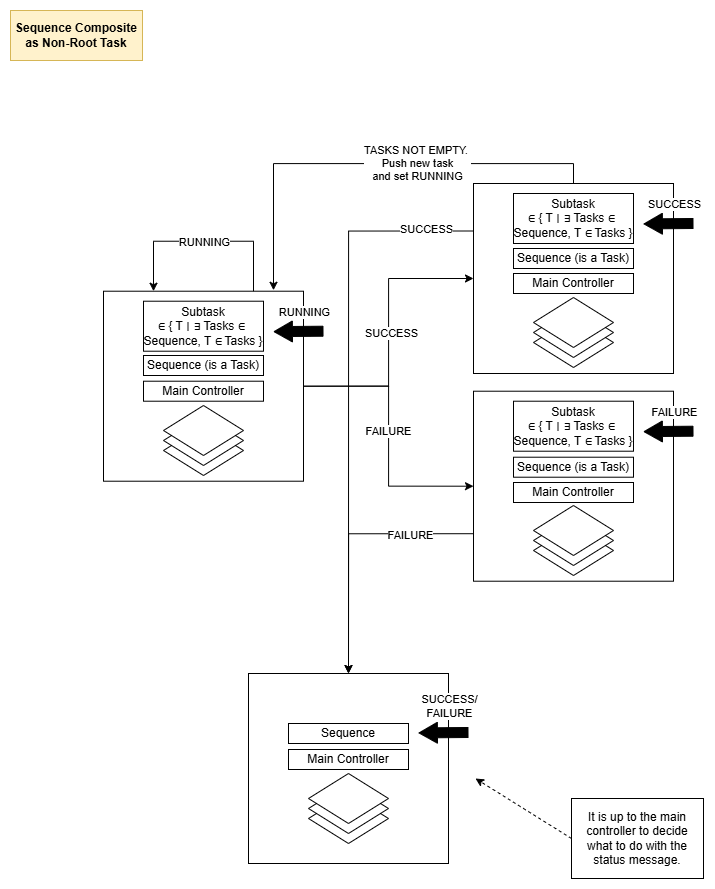
This is docs/SequenceCompositeNonRoot.png from BlueJayXRStudio/InfiniteTree, a draw.io export, as it was before one commit. Source tidied: cells renumbered, new cells last; positions are measured from the earlier drawing's top-left corner, leaving out a move shared by most shapes. Its diagram source:
```xml
<mxGraphModel>
  <root>
    <mxCell id="0" />
    <mxCell id="1" parent="0" />
    <mxCell id="2" style="edgeStyle=orthogonalEdgeStyle;rounded=0;jettySize=auto;html=1;exitX=1;exitY=0.5;exitDx=0;exitDy=0;entryX=0;entryY=0.5;entryDx=0;entryDy=0;" parent="1" edge="1" source="19" target="34">
      <mxGeometry relative="1" as="geometry" />
    </mxCell>
    <mxCell id="3" value="SUCCESS" style="edgeLabel;html=1;align=center;verticalAlign=middle;" parent="2" vertex="1">
      <mxGeometry y="-2" relative="1" as="geometry" />
    </mxCell>
    <mxCell id="4" style="edgeStyle=orthogonalEdgeStyle;rounded=0;jettySize=auto;html=1;exitX=1;exitY=0.5;exitDx=0;exitDy=0;entryX=0;entryY=0.5;entryDx=0;entryDy=0;" parent="1" edge="1" source="19" target="45">
      <mxGeometry relative="1" as="geometry" />
    </mxCell>
    <mxCell id="5" value="FAILURE" style="edgeLabel;html=1;align=center;verticalAlign=middle;" parent="4" vertex="1">
      <mxGeometry x="-0.04" y="-1" relative="1" as="geometry" />
    </mxCell>
    <mxCell id="6" style="group;" parent="1" vertex="1">
      <mxGeometry x="238" y="663" width="220" height="190" as="geometry" />
    </mxCell>
    <mxCell id="7" style="group;" parent="6" vertex="1">
      <mxGeometry width="200" height="190" as="geometry" />
    </mxCell>
    <mxCell id="8" style="rounded=0;whiteSpace=wrap;html=1;" parent="7" vertex="1">
      <mxGeometry width="200" height="190" as="geometry" />
    </mxCell>
    <mxCell id="9" style="group;" parent="7" vertex="1">
      <mxGeometry x="60" y="100" width="100" height="70" as="geometry" />
    </mxCell>
    <mxCell id="10" style="rhombus;whiteSpace=wrap;html=1;" parent="9" vertex="1">
      <mxGeometry y="20" width="80" height="50" as="geometry" />
    </mxCell>
    <mxCell id="11" style="rhombus;whiteSpace=wrap;html=1;" parent="9" vertex="1">
      <mxGeometry y="10" width="80" height="50" as="geometry" />
    </mxCell>
    <mxCell id="12" style="rhombus;whiteSpace=wrap;html=1;" parent="9" vertex="1">
      <mxGeometry width="80" height="50" as="geometry" />
    </mxCell>
    <mxCell id="13" value="Main Controller" style="rounded=0;whiteSpace=wrap;html=1;" parent="9" vertex="1">
      <mxGeometry x="-20" y="-24" width="120" height="20" as="geometry" />
    </mxCell>
    <mxCell id="14" value="Sequence" style="rounded=0;whiteSpace=wrap;html=1;" parent="7" vertex="1">
      <mxGeometry x="40" y="50" width="120" height="20" as="geometry" />
    </mxCell>
    <mxCell id="15" style="shape=flexArrow;endArrow=classic;html=1;rounded=0;fillColor=#000000;endWidth=10;endSize=5.808333333333334;" parent="6" edge="1">
      <mxGeometry relative="1" as="geometry">
        <mxPoint x="220" y="59" as="sourcePoint" />
        <mxPoint x="170" y="59.4" as="targetPoint" />
      </mxGeometry>
    </mxCell>
    <mxCell id="16" value="SUCCESS/&lt;div&gt;FAILURE&lt;/div&gt;" style="edgeLabel;html=1;align=center;verticalAlign=middle;" parent="6" vertex="1">
      <mxGeometry x="200" y="32" as="geometry" />
    </mxCell>
    <mxCell id="17" style="edgeStyle=orthogonalEdgeStyle;rounded=0;jettySize=auto;html=1;exitX=0.5;exitY=0;exitDx=0;exitDy=0;entryX=0.85;entryY=-0.005;entryDx=0;entryDy=0;entryPerimeter=0;" parent="1" edge="1" source="34" target="19">
      <mxGeometry relative="1" as="geometry" />
    </mxCell>
    <mxCell id="18" value="TASKS NOT EMPTY.&amp;nbsp;&lt;div&gt;Push new task&lt;/div&gt;&lt;div&gt;and set RUNNING&lt;/div&gt;" style="edgeLabel;html=1;align=center;verticalAlign=middle;" parent="17" vertex="1">
      <mxGeometry x="-0.21" y="-1" relative="1" as="geometry" />
    </mxCell>
    <mxCell id="19" style="rounded=0;whiteSpace=wrap;html=1;" parent="1" vertex="1">
      <mxGeometry x="93" y="280.7" width="200" height="190" as="geometry" />
    </mxCell>
    <mxCell id="20" style="group;" parent="1" vertex="1">
      <mxGeometry x="153" y="395" width="80" height="70" as="geometry" />
    </mxCell>
    <mxCell id="21" style="rhombus;whiteSpace=wrap;html=1;" parent="20" vertex="1">
      <mxGeometry y="20" width="80" height="50" as="geometry" />
    </mxCell>
    <mxCell id="22" style="rhombus;whiteSpace=wrap;html=1;" parent="20" vertex="1">
      <mxGeometry y="10" width="80" height="50" as="geometry" />
    </mxCell>
    <mxCell id="23" style="rhombus;whiteSpace=wrap;html=1;" parent="20" vertex="1">
      <mxGeometry width="80" height="50" as="geometry" />
    </mxCell>
    <mxCell id="24" value="Sequence (is a Task)" style="rounded=0;whiteSpace=wrap;html=1;" parent="1" vertex="1">
      <mxGeometry x="133" y="345" width="120" height="20" as="geometry" />
    </mxCell>
    <mxCell id="25" value="Subtask ∈&amp;nbsp;{&amp;nbsp;T&amp;nbsp;∣&amp;nbsp;∃&amp;nbsp;Tasks&amp;nbsp;∈&amp;nbsp;&lt;div&gt;Sequence,&amp;nbsp;&lt;span style=&quot;background-color: transparent; color: light-dark(rgb(0, 0, 0), rgb(255, 255, 255));&quot;&gt;T&amp;nbsp;∈&amp;nbsp;Tasks&amp;nbsp;}&lt;/span&gt;&lt;/div&gt;" style="rounded=0;whiteSpace=wrap;html=1;" parent="1" vertex="1">
      <mxGeometry x="133" y="290.7" width="120" height="50" as="geometry" />
    </mxCell>
    <mxCell id="26" style="edgeStyle=orthogonalEdgeStyle;rounded=0;orthogonalLoop=1;jettySize=auto;html=1;exitX=0.75;exitY=0;exitDx=0;exitDy=0;entryX=0.25;entryY=0;entryDx=0;entryDy=0;" parent="1" edge="1" source="19" target="19">
      <mxGeometry relative="1" as="geometry">
        <Array as="points">
          <mxPoint x="243" y="230.7" />
          <mxPoint x="143" y="230.7" />
        </Array>
      </mxGeometry>
    </mxCell>
    <mxCell id="27" value="RUNNING" style="edgeLabel;html=1;align=center;verticalAlign=middle;" parent="26" vertex="1">
      <mxGeometry x="0.01" relative="1" as="geometry" />
    </mxCell>
    <mxCell id="28" value="RUNNING" style="edgeLabel;html=1;align=center;verticalAlign=middle;" parent="1" vertex="1">
      <mxGeometry x="293" y="300.7" as="geometry" />
    </mxCell>
    <mxCell id="29" style="shape=flexArrow;endArrow=classic;html=1;rounded=0;fillColor=#000000;endWidth=10;endSize=5.808333333333334;" parent="1" edge="1">
      <mxGeometry relative="1" as="geometry">
        <mxPoint x="313" y="320.7" as="sourcePoint" />
        <mxPoint x="263" y="321.1" as="targetPoint" />
      </mxGeometry>
    </mxCell>
    <mxCell id="30" style="rounded=0;jettySize=auto;html=1;exitX=0;exitY=0.5;exitDx=0;exitDy=0;dashed=1;" parent="1" edge="1" source="31">
      <mxGeometry relative="1" as="geometry">
        <mxPoint x="465" y="768" as="targetPoint" />
      </mxGeometry>
    </mxCell>
    <mxCell id="31" value="It is up to the main controller to decide what to do with the status message." style="whiteSpace=wrap;html=1;" parent="1" vertex="1">
      <mxGeometry x="561" y="788" width="132" height="80" as="geometry" />
    </mxCell>
    <mxCell id="32" style="edgeStyle=orthogonalEdgeStyle;rounded=0;jettySize=auto;html=1;exitX=0;exitY=0.25;exitDx=0;exitDy=0;entryX=0.5;entryY=0;entryDx=0;entryDy=0;" parent="1" edge="1" source="34" target="8">
      <mxGeometry relative="1" as="geometry" />
    </mxCell>
    <mxCell id="33" value="SUCCESS" style="edgeLabel;html=1;align=center;verticalAlign=middle;" parent="32" vertex="1">
      <mxGeometry x="0.29" y="2" relative="1" as="geometry">
        <mxPoint x="75" y="-243" as="offset" />
      </mxGeometry>
    </mxCell>
    <mxCell id="34" style="rounded=0;whiteSpace=wrap;html=1;" parent="1" vertex="1">
      <mxGeometry x="463" y="173" width="200" height="190" as="geometry" />
    </mxCell>
    <mxCell id="35" style="group;" parent="1" vertex="1">
      <mxGeometry x="523" y="287" width="80" height="70" as="geometry" />
    </mxCell>
    <mxCell id="36" style="rhombus;whiteSpace=wrap;html=1;" parent="35" vertex="1">
      <mxGeometry y="20" width="80" height="50" as="geometry" />
    </mxCell>
    <mxCell id="37" style="rhombus;whiteSpace=wrap;html=1;" parent="35" vertex="1">
      <mxGeometry y="10" width="80" height="50" as="geometry" />
    </mxCell>
    <mxCell id="38" style="rhombus;whiteSpace=wrap;html=1;" parent="35" vertex="1">
      <mxGeometry width="80" height="50" as="geometry" />
    </mxCell>
    <mxCell id="39" value="Sequence (is a Task)" style="rounded=0;whiteSpace=wrap;html=1;" parent="1" vertex="1">
      <mxGeometry x="503" y="238" width="120" height="20" as="geometry" />
    </mxCell>
    <mxCell id="40" value="Subtask ∈&amp;nbsp;{&amp;nbsp;T&amp;nbsp;∣&amp;nbsp;∃&amp;nbsp;Tasks&amp;nbsp;∈&amp;nbsp;&lt;div&gt;Sequence,&amp;nbsp;&lt;span style=&quot;background-color: transparent; color: light-dark(rgb(0, 0, 0), rgb(255, 255, 255));&quot;&gt;T&amp;nbsp;∈&amp;nbsp;Tasks&amp;nbsp;}&lt;/span&gt;&lt;/div&gt;" style="rounded=0;whiteSpace=wrap;html=1;" parent="1" vertex="1">
      <mxGeometry x="503" y="183" width="120" height="50" as="geometry" />
    </mxCell>
    <mxCell id="41" value="SUCCESS" style="edgeLabel;html=1;align=center;verticalAlign=middle;" parent="1" vertex="1">
      <mxGeometry x="663" y="193" as="geometry" />
    </mxCell>
    <mxCell id="42" style="shape=flexArrow;endArrow=classic;html=1;rounded=0;fillColor=#000000;endWidth=10;endSize=5.808333333333334;" parent="1" edge="1">
      <mxGeometry relative="1" as="geometry">
        <mxPoint x="683" y="213" as="sourcePoint" />
        <mxPoint x="633" y="213.4" as="targetPoint" />
      </mxGeometry>
    </mxCell>
    <mxCell id="43" style="edgeStyle=orthogonalEdgeStyle;rounded=0;jettySize=auto;html=1;exitX=0;exitY=0.75;exitDx=0;exitDy=0;entryX=0.5;entryY=0;entryDx=0;entryDy=0;" parent="1" edge="1" source="45" target="8">
      <mxGeometry relative="1" as="geometry" />
    </mxCell>
    <mxCell id="44" value="FAILURE" style="edgeLabel;html=1;align=center;verticalAlign=middle;" parent="43" vertex="1">
      <mxGeometry x="-0.52" y="1" relative="1" as="geometry" />
    </mxCell>
    <mxCell id="45" style="rounded=0;whiteSpace=wrap;html=1;" parent="1" vertex="1">
      <mxGeometry x="463" y="380.7" width="200" height="190" as="geometry" />
    </mxCell>
    <mxCell id="46" style="group;" parent="1" vertex="1">
      <mxGeometry x="523" y="495" width="100" height="70" as="geometry" />
    </mxCell>
    <mxCell id="47" style="rhombus;whiteSpace=wrap;html=1;" parent="46" vertex="1">
      <mxGeometry y="20" width="80" height="50" as="geometry" />
    </mxCell>
    <mxCell id="48" style="rhombus;whiteSpace=wrap;html=1;" parent="46" vertex="1">
      <mxGeometry y="10" width="80" height="50" as="geometry" />
    </mxCell>
    <mxCell id="49" style="rhombus;whiteSpace=wrap;html=1;" parent="46" vertex="1">
      <mxGeometry width="80" height="50" as="geometry" />
    </mxCell>
    <mxCell id="50" value="Sequence (is a Task)" style="rounded=0;whiteSpace=wrap;html=1;" parent="1" vertex="1">
      <mxGeometry x="503" y="446.7" width="120" height="20" as="geometry" />
    </mxCell>
    <mxCell id="51" value="Subtask ∈&amp;nbsp;{&amp;nbsp;T&amp;nbsp;∣&amp;nbsp;∃&amp;nbsp;Tasks&amp;nbsp;∈&amp;nbsp;&lt;div&gt;Sequence,&amp;nbsp;&lt;span style=&quot;background-color: transparent; color: light-dark(rgb(0, 0, 0), rgb(255, 255, 255));&quot;&gt;T&amp;nbsp;∈&amp;nbsp;Tasks&amp;nbsp;}&lt;/span&gt;&lt;/div&gt;" style="rounded=0;whiteSpace=wrap;html=1;" parent="1" vertex="1">
      <mxGeometry x="503" y="390.7" width="120" height="50" as="geometry" />
    </mxCell>
    <mxCell id="52" value="FAILURE" style="edgeLabel;html=1;align=center;verticalAlign=middle;" parent="1" vertex="1">
      <mxGeometry x="663" y="400.7" as="geometry" />
    </mxCell>
    <mxCell id="53" style="shape=flexArrow;endArrow=classic;html=1;rounded=0;fillColor=#000000;endWidth=10;endSize=5.808333333333334;" parent="1" edge="1">
      <mxGeometry relative="1" as="geometry">
        <mxPoint x="683" y="420.7" as="sourcePoint" />
        <mxPoint x="633" y="421.1" as="targetPoint" />
      </mxGeometry>
    </mxCell>
    <mxCell id="54" value="Main Controller" style="rounded=0;whiteSpace=wrap;html=1;" parent="1" vertex="1">
      <mxGeometry x="133" y="370.7" width="120" height="20" as="geometry" />
    </mxCell>
    <mxCell id="55" value="Main Controller" style="rounded=0;whiteSpace=wrap;html=1;" parent="1" vertex="1">
      <mxGeometry x="503" y="263" width="120" height="20" as="geometry" />
    </mxCell>
    <mxCell id="56" value="Main Controller" style="rounded=0;whiteSpace=wrap;html=1;" parent="1" vertex="1">
      <mxGeometry x="503" y="472" width="120" height="20" as="geometry" />
    </mxCell>
    <mxCell id="57" value="Sequence Composite as Non-Root Task" style="rounded=0;whiteSpace=wrap;html=1;fillColor=#fff2cc;strokeColor=#d6b656;fontStyle=1;" parent="1" vertex="1">
      <mxGeometry width="132" height="50" as="geometry" />
    </mxCell>
  </root>
</mxGraphModel>
```
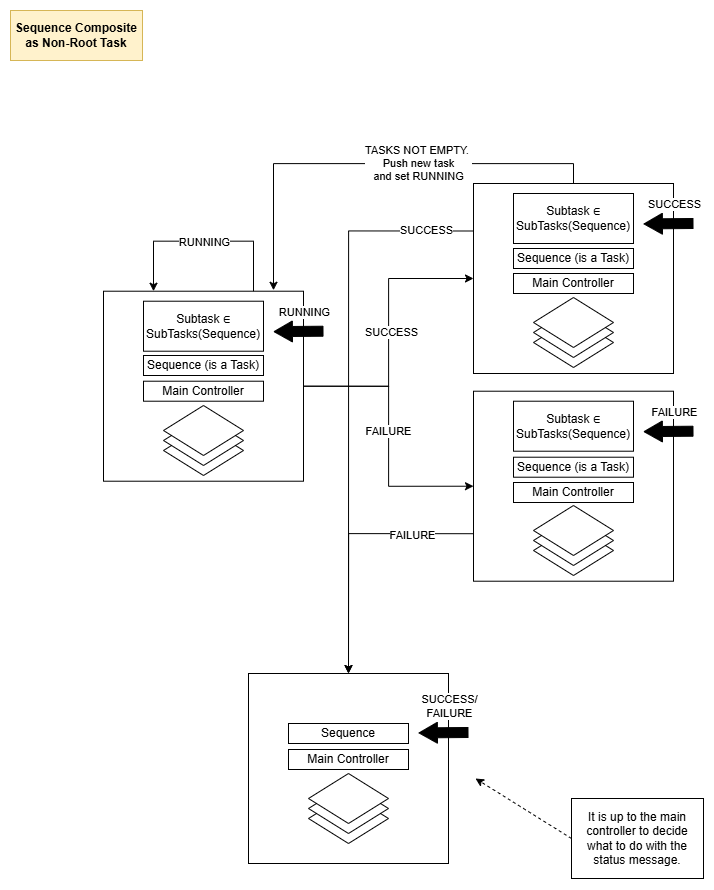
The same file after the commit.

What changed in the source:
```diff
@@ -74,7 +74,7 @@
     <mxCell id="24" value="Sequence (is a Task)" style="rounded=0;whiteSpace=wrap;html=1;" parent="1" vertex="1">
       <mxGeometry x="133" y="345" width="120" height="20" as="geometry" />
     </mxCell>
-    <mxCell id="25" value="Subtask ∈&amp;nbsp;{&amp;nbsp;T&amp;nbsp;∣&amp;nbsp;∃&amp;nbsp;Tasks&amp;nbsp;∈&amp;nbsp;&lt;div&gt;Sequence,&amp;nbsp;&lt;span style=&quot;background-color: transparent; color: light-dark(rgb(0, 0, 0), rgb(255, 255, 255));&quot;&gt;T&amp;nbsp;∈&amp;nbsp;Tasks&amp;nbsp;}&lt;/span&gt;&lt;/div&gt;" style="rounded=0;whiteSpace=wrap;html=1;" parent="1" vertex="1">
+    <mxCell id="25" value="Subtask ∈ SubTasks(Sequence)" style="rounded=0;whiteSpace=wrap;html=1;" parent="1" vertex="1">
       <mxGeometry x="133" y="290.7" width="120" height="50" as="geometry" />
     </mxCell>
     <mxCell id="26" style="edgeStyle=orthogonalEdgeStyle;rounded=0;orthogonalLoop=1;jettySize=auto;html=1;exitX=0.75;exitY=0;exitDx=0;exitDy=0;entryX=0.25;entryY=0;entryDx=0;entryDy=0;" parent="1" edge="1" source="19" target="19">
@@ -131,7 +131,7 @@
     <mxCell id="39" value="Sequence (is a Task)" style="rounded=0;whiteSpace=wrap;html=1;" parent="1" vertex="1">
       <mxGeometry x="503" y="238" width="120" height="20" as="geometry" />
     </mxCell>
-    <mxCell id="40" value="Subtask ∈&amp;nbsp;{&amp;nbsp;T&amp;nbsp;∣&amp;nbsp;∃&amp;nbsp;Tasks&amp;nbsp;∈&amp;nbsp;&lt;div&gt;Sequence,&amp;nbsp;&lt;span style=&quot;background-color: transparent; color: light-dark(rgb(0, 0, 0), rgb(255, 255, 255));&quot;&gt;T&amp;nbsp;∈&amp;nbsp;Tasks&amp;nbsp;}&lt;/span&gt;&lt;/div&gt;" style="rounded=0;whiteSpace=wrap;html=1;" parent="1" vertex="1">
+    <mxCell id="40" value="Subtask ∈ SubTasks(Sequence)" style="rounded=0;whiteSpace=wrap;html=1;" parent="1" vertex="1">
       <mxGeometry x="503" y="183" width="120" height="50" as="geometry" />
     </mxCell>
     <mxCell id="41" value="SUCCESS" style="edgeLabel;html=1;align=center;verticalAlign=middle;" parent="1" vertex="1">
@@ -167,7 +167,7 @@
     <mxCell id="50" value="Sequence (is a Task)" style="rounded=0;whiteSpace=wrap;html=1;" parent="1" vertex="1">
       <mxGeometry x="503" y="446.7" width="120" height="20" as="geometry" />
     </mxCell>
-    <mxCell id="51" value="Subtask ∈&amp;nbsp;{&amp;nbsp;T&amp;nbsp;∣&amp;nbsp;∃&amp;nbsp;Tasks&amp;nbsp;∈&amp;nbsp;&lt;div&gt;Sequence,&amp;nbsp;&lt;span style=&quot;background-color: transparent; color: light-dark(rgb(0, 0, 0), rgb(255, 255, 255));&quot;&gt;T&amp;nbsp;∈&amp;nbsp;Tasks&amp;nbsp;}&lt;/span&gt;&lt;/div&gt;" style="rounded=0;whiteSpace=wrap;html=1;" parent="1" vertex="1">
+    <mxCell id="51" value="Subtask ∈ SubTasks(Sequence)" style="rounded=0;whiteSpace=wrap;html=1;" parent="1" vertex="1">
       <mxGeometry x="503" y="390.7" width="120" height="50" as="geometry" />
     </mxCell>
     <mxCell id="52" value="FAILURE" style="edgeLabel;html=1;align=center;verticalAlign=middle;" parent="1" vertex="1">
```
